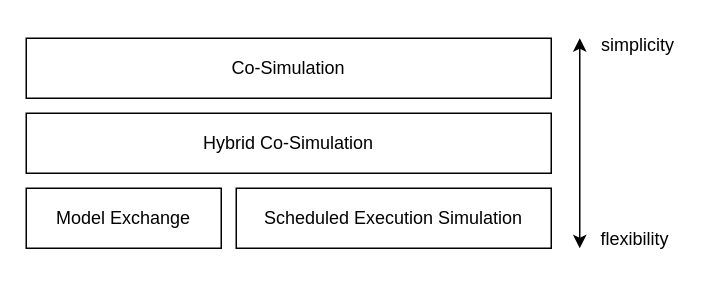
This is docs/3.0-dev/images/fmi-types-overview.drawio from modelica/fmi-standard.org, a draw.io file, before an edit. Source tidied: cells renumbered, new cells numbered last; positions are measured from the earlier drawing's top-left corner, leaving out a move shared by most shapes. Both pictures are drawn from the tidied source at 150%, with x=0, y=0 at pixel (26, 30).
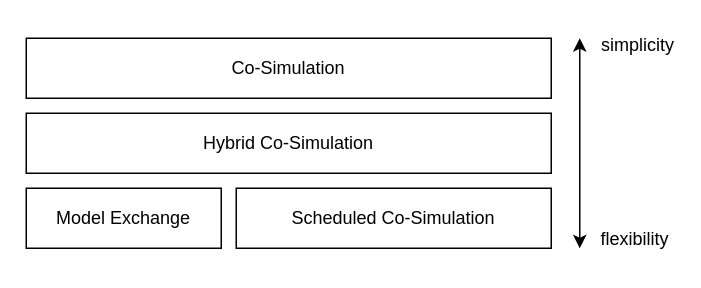
After the change.

Commit message (it also covers changes not shown here):
Update generated specification from fmi-standard (f0ed3b6)

What changed in the source:
```diff
@@
 <mxGraphModel>
   <root>
     <mxCell id="0" />
     <mxCell id="1" parent="0" />
     <mxCell id="2" value="&lt;span style=&quot;white-space: normal&quot;&gt;Co-Simulation&lt;/span&gt;" style="rounded=0;whiteSpace=wrap;html=1;align=center;" parent="1" vertex="1">
       <mxGeometry y="5" width="350" height="40" as="geometry" />
     </mxCell>
     <mxCell id="3" value="&lt;span style=&quot;white-space: normal&quot;&gt;Hybrid Co-Simulation&lt;/span&gt;" style="rounded=0;whiteSpace=wrap;html=1;" parent="1" vertex="1">
       <mxGeometry y="55" width="350" height="40" as="geometry" />
     </mxCell>
     <mxCell id="4" value="Model Exchange" style="rounded=0;whiteSpace=wrap;html=1;" parent="1" vertex="1">
       <mxGeometry y="105" width="130" height="40" as="geometry" />
     </mxCell>
-    <mxCell id="5" value="Scheduled Execution Simulation" style="rounded=0;whiteSpace=wrap;html=1;" parent="1" vertex="1">
+    <mxCell id="5" value="Scheduled Co-Simulation" style="rounded=0;whiteSpace=wrap;html=1;" parent="1" vertex="1">
       <mxGeometry x="140" y="105" width="210" height="40" as="geometry" />
     </mxCell>
     <mxCell id="6" style="endArrow=classic;startArrow=classic;html=1;" parent="1" edge="1">
       <mxGeometry relative="1" as="geometry">
         <mxPoint x="369" y="145" as="sourcePoint" />
         <mxPoint x="369" y="5" as="targetPoint" />
       </mxGeometry>
     </mxCell>
     <mxCell id="7" value="simplicity" style="text;html=1;strokeColor=none;fillColor=none;align=center;verticalAlign=middle;whiteSpace=wrap;rounded=0;" parent="1" vertex="1">
       <mxGeometry x="388" width="40" height="20" as="geometry" />
     </mxCell>
     <mxCell id="8" value="flexibility" style="text;html=1;strokeColor=none;fillColor=none;align=center;verticalAlign=middle;whiteSpace=wrap;rounded=0;" parent="1" vertex="1">
       <mxGeometry x="386" y="129" width="40" height="20" as="geometry" />
     </mxCell>
   </root>
 </mxGraphModel>
```
